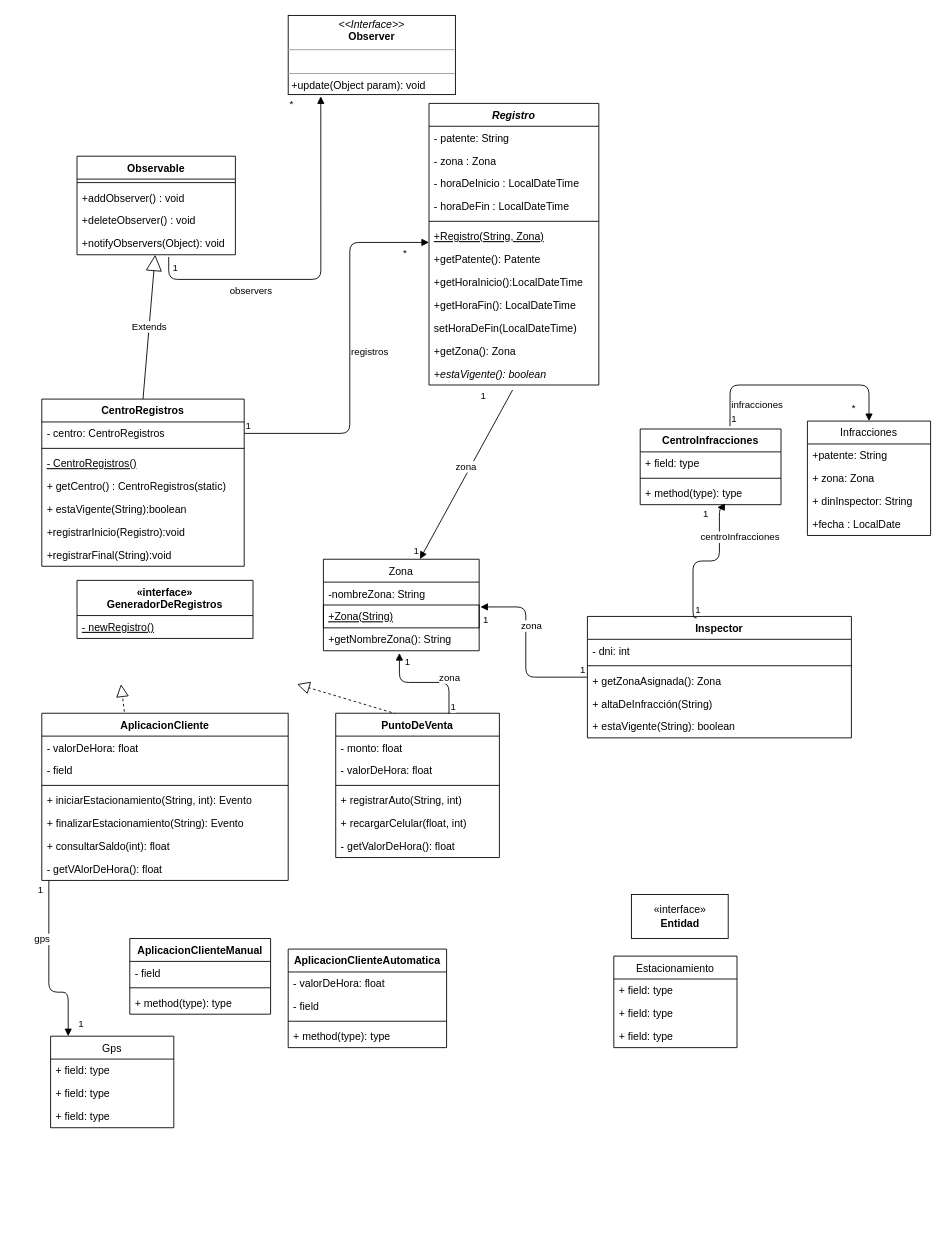
Above: Untitled Diagram.drawio in laautarolopez/grupo9-tpintegrador (draw.io), before the change. Source tidied: cells renumbered, new cells numbered last; positions are measured from the earlier drawing's top-left corner, leaving out a move shared by most shapes. Both pictures are drawn from the tidied source at 88%, with x=0, y=0 at pixel (24, 15).
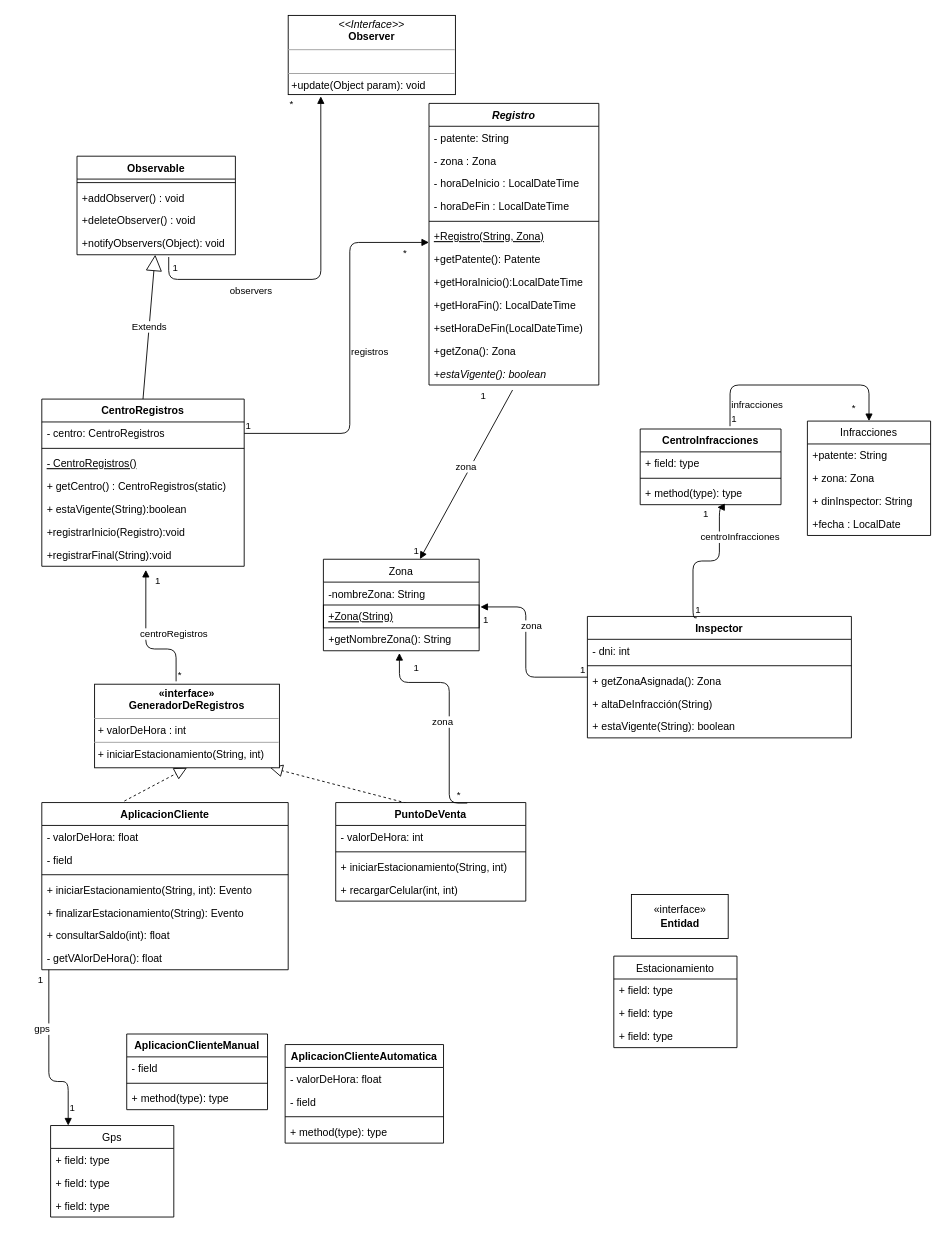
The same page after the edit.

Unchanged cells that the change refers to:
```xml
<mxCell id="12" value="- getVAlorDeHora(): float" style="text;strokeColor=none;fillColor=none;align=left;verticalAlign=top;spacingLeft=4;spacingRight=4;overflow=hidden;points=[[0,0.5],[1,0.5]];portConstraint=eastwest;" parent="5" vertex="1">
  <mxGeometry y="164" width="280" height="26" as="geometry" />
</mxCell>
<mxCell id="31" value="zona" style="endArrow=block;endFill=1;html=1;edgeStyle=orthogonalEdgeStyle;align=left;verticalAlign=top;exitX=0.692;exitY=0.005;exitDx=0;exitDy=0;exitPerimeter=0;entryX=0.488;entryY=1.099;entryDx=0;entryDy=0;entryPerimeter=0;" parent="1" edge="1" source="13" target="23">
  <mxGeometry x="-0.27" y="18" relative="1" as="geometry">
    <Array as="points">
      <mxPoint x="483" y="758" />
      <mxPoint x="426" y="758" />
    </Array>
    <mxPoint x="-3" y="-36" as="offset" />
  </mxGeometry>
</mxCell>
<mxCell id="56" value="+registrarFinal(String):void" style="text;strokeColor=none;fillColor=none;align=left;verticalAlign=top;spacingLeft=4;spacingRight=4;overflow=hidden;points=[[0,0.5],[1,0.5]];portConstraint=eastwest;" parent="49" vertex="1">
  <mxGeometry y="164" width="230" height="26" as="geometry" />
</mxCell>
<mxCell id="68" value="Registro" style="swimlane;fontStyle=3;align=center;verticalAlign=top;horizontal=1;startSize=26;" parent="1" vertex="1">
  <mxGeometry x="460" y="100" width="193" height="320" as="geometry" />
</mxCell>
```

The edit, as a diff of the source:
```diff
@@
-    <mxCell id="3" style="endArrow=block;dashed=1;endFill=0;endSize=12;html=1;exitX=0.372;exitY=0.005;exitDx=0;exitDy=0;exitPerimeter=0;" parent="1" edge="1" source="13">
-      <mxGeometry relative="1" as="geometry">
-        <mxPoint x="310" y="760" as="targetPoint" />
-      </mxGeometry>
+    <mxCell id="3" style="endArrow=block;dashed=1;endFill=0;endSize=12;html=1;exitX=0.372;exitY=0.005;exitDx=0;exitDy=0;exitPerimeter=0;entryX=0.949;entryY=0.997;entryDx=0;entryDy=0;entryPerimeter=0;" parent="1" edge="1" source="13" target="110">
+      <mxGeometry relative="1" as="geometry" />
     </mxCell>
-    <mxCell id="4" style="endArrow=block;dashed=1;endFill=0;endSize=12;html=1;exitX=0.335;exitY=-0.009;exitDx=0;exitDy=0;exitPerimeter=0;" parent="1" edge="1" source="5">
-      <mxGeometry relative="1" as="geometry">
-        <mxPoint x="110" y="760" as="targetPoint" />
-      </mxGeometry>
+    <mxCell id="4" style="endArrow=block;dashed=1;endFill=0;endSize=12;html=1;exitX=0.335;exitY=-0.009;exitDx=0;exitDy=0;exitPerimeter=0;entryX=0.5;entryY=1;entryDx=0;entryDy=0;" parent="1" edge="1" source="5" target="110">
+      <mxGeometry relative="1" as="geometry" />
     </mxCell>
     <mxCell id="5" value="AplicacionCliente" style="swimlane;fontStyle=1;align=center;verticalAlign=top;horizontal=1;startSize=26;" parent="1" vertex="1">
-      <mxGeometry x="20" y="793" width="280" height="190" as="geometry" />
+      <mxGeometry x="20" y="894.5" width="280" height="190" as="geometry" />
     </mxCell>
@@
     <mxCell id="13" value="PuntoDeVenta" style="swimlane;fontStyle=1;align=center;verticalAlign=top;horizontal=1;startSize=26;" parent="1" vertex="1">
-      <mxGeometry x="354" y="793" width="186" height="164" as="geometry" />
+      <mxGeometry x="354" y="894.5" width="216" height="112" as="geometry" />
     </mxCell>
-    <mxCell id="14" value="- monto: float" style="text;strokeColor=none;fillColor=none;align=left;verticalAlign=top;spacingLeft=4;spacingRight=4;overflow=hidden;" parent="13" vertex="1">
-      <mxGeometry y="26" width="186" height="26" as="geometry" />
-    </mxCell>
-    <mxCell id="15" value="- valorDeHora: float" style="text;strokeColor=none;fillColor=none;align=left;verticalAlign=top;spacingLeft=4;spacingRight=4;overflow=hidden;" parent="13" vertex="1">
-      <mxGeometry y="52" width="186" height="26" as="geometry" />
+    <mxCell id="15" value="- valorDeHora: int" style="text;strokeColor=none;fillColor=none;align=left;verticalAlign=top;spacingLeft=4;spacingRight=4;overflow=hidden;" parent="13" vertex="1">
+      <mxGeometry y="26" width="216" height="26" as="geometry" />
     </mxCell>
     <mxCell id="16" style="line;strokeWidth=1;fillColor=none;align=left;verticalAlign=middle;spacingTop=-1;spacingLeft=3;spacingRight=3;labelPosition=right;" parent="13" vertex="1">
-      <mxGeometry y="78" width="186" height="8" as="geometry" />
+      <mxGeometry y="52" width="216" height="8" as="geometry" />
     </mxCell>
-    <mxCell id="17" value="+ registrarAuto(String, int)" style="text;strokeColor=none;fillColor=none;align=left;verticalAlign=top;spacingLeft=4;spacingRight=4;overflow=hidden;" parent="13" vertex="1">
-      <mxGeometry y="86" width="186" height="26" as="geometry" />
+    <mxCell id="17" value="+ iniciarEstacionamiento(String, int)" style="text;strokeColor=none;fillColor=none;align=left;verticalAlign=top;spacingLeft=4;spacingRight=4;overflow=hidden;" parent="13" vertex="1">
+      <mxGeometry y="60" width="216" height="26" as="geometry" />
     </mxCell>
-    <mxCell id="18" value="+ recargarCelular(float, int)" style="text;strokeColor=none;fillColor=none;align=left;verticalAlign=top;spacingLeft=4;spacingRight=4;overflow=hidden;" parent="13" vertex="1">
-      <mxGeometry y="112" width="186" height="26" as="geometry" />
+    <mxCell id="18" value="+ recargarCelular(int, int)" style="text;strokeColor=none;fillColor=none;align=left;verticalAlign=top;spacingLeft=4;spacingRight=4;overflow=hidden;" parent="13" vertex="1">
+      <mxGeometry y="86" width="216" height="26" as="geometry" />
     </mxCell>
-    <mxCell id="19" value="- getValorDeHora(): float" style="text;strokeColor=none;fillColor=none;align=left;verticalAlign=top;spacingLeft=4;spacingRight=4;overflow=hidden;" parent="13" vertex="1">
-      <mxGeometry y="138" width="186" height="26" as="geometry" />
-    </mxCell>
@@
     <mxCell id="24" value="Gps" style="swimlane;fontStyle=0;horizontal=1;startSize=26;fillColor=none;" parent="1" vertex="1">
-      <mxGeometry x="30" y="1160" width="140" height="104" as="geometry" />
+      <mxGeometry x="30" y="1261.5" width="140" height="104" as="geometry" />
     </mxCell>
@@
     <mxCell id="28" value="gps" style="endArrow=block;endFill=1;html=1;edgeStyle=orthogonalEdgeStyle;align=left;verticalAlign=top;" parent="1" edge="1" source="12" target="24">
       <mxGeometry x="-0.46" y="-18" relative="1" as="geometry">
         <Array as="points">
-          <mxPoint x="28" y="1110" />
-          <mxPoint x="50" y="1110" />
+          <mxPoint x="28" y="1211.5" />
+          <mxPoint x="50" y="1211.5" />
         </Array>
       </mxGeometry>
     </mxCell>
@@
     <mxCell id="30" value="1" style="edgeLabel;html=1;align=left;verticalAlign=bottom;" parent="1" vertex="1">
-      <mxGeometry y="1130" as="geometry">
+      <mxGeometry x="-10" y="1225.5" as="geometry">
         <mxPoint x="60" y="24" as="offset" />
       </mxGeometry>
     </mxCell>
@@
-    <mxCell id="32" value="1" style="edgeLabel;html=1;align=left;verticalAlign=bottom;" parent="31" vertex="1">
-      <mxGeometry x="-1" relative="1" as="geometry" />
+    <mxCell id="32" value="*" style="edgeLabel;html=1;align=left;verticalAlign=bottom;" parent="31" vertex="1">
+      <mxGeometry x="-1" relative="1" as="geometry">
+        <mxPoint x="-13.5" y="-0.6" as="offset" />
+      </mxGeometry>
     </mxCell>
     <mxCell id="33" value="1" style="edgeLabel;html=1;align=left;verticalAlign=bottom;" parent="1" vertex="1">
-      <mxGeometry x="340" y="793" as="geometry">
+      <mxGeometry x="350" y="800" as="geometry">
         <mxPoint x="91" y="-50" as="offset" />
       </mxGeometry>
     </mxCell>
@@
     <mxCell id="57" value="AplicacionClienteManual" style="swimlane;fontStyle=1;align=center;verticalAlign=top;horizontal=1;startSize=26;" parent="1" vertex="1">
-      <mxGeometry x="120" y="1049" width="160" height="86" as="geometry" />
+      <mxGeometry x="116.5" y="1157.5" width="160" height="86" as="geometry" />
     </mxCell>
@@
     <mxCell id="61" value="AplicacionClienteAutomatica" style="swimlane;fontStyle=1;align=center;verticalAlign=top;horizontal=1;startSize=26;" parent="1" vertex="1">
-      <mxGeometry x="300" y="1061" width="180" height="112" as="geometry" />
+      <mxGeometry x="296.5" y="1169.5" width="180" height="112" as="geometry" />
     </mxCell>
@@
-    <mxCell id="66" value="«interface»&#10;GeneradorDeRegistros" style="swimlane;fontStyle=1;align=center;verticalAlign=top;horizontal=1;startSize=40;rounded=0;shadow=0;glass=0;sketch=0;fillColor=#ffffff;swimlaneLine=1;" parent="1" vertex="1">
-      <mxGeometry x="60" y="642" width="200" height="66" as="geometry" />
-    </mxCell>
-    <mxCell id="67" value="- newRegistro()" style="text;strokeColor=none;fillColor=none;align=left;verticalAlign=top;spacingLeft=4;spacingRight=4;overflow=hidden;fontStyle=4;" parent="66" vertex="1">
-      <mxGeometry y="40" width="200" height="26" as="geometry" />
-    </mxCell>
@@
-    <mxCell id="78" value="setHoraDeFin(LocalDateTime)" style="text;strokeColor=none;fillColor=none;align=left;verticalAlign=top;spacingLeft=4;spacingRight=4;overflow=hidden;fontStyle=0;" parent="68" vertex="1">
+    <mxCell id="78" value="+setHoraDeFin(LocalDateTime)" style="text;strokeColor=none;fillColor=none;align=left;verticalAlign=top;spacingLeft=4;spacingRight=4;overflow=hidden;fontStyle=0;" parent="68" vertex="1">
       <mxGeometry y="242" width="193" height="26" as="geometry" />
     </mxCell>
@@
-    <mxCell id="83" value="&lt;p style=&quot;margin: 0px ; margin-top: 4px ; text-align: center&quot;&gt;&lt;i&gt;&amp;lt;&amp;lt;Interface&amp;gt;&amp;gt;&lt;/i&gt;&lt;br&gt;&lt;b&gt;Observer&lt;/b&gt;&lt;/p&gt;&lt;hr size=&quot;1&quot;&gt;&lt;p style=&quot;margin: 0px ; margin-left: 4px&quot;&gt;&lt;br&gt;&lt;/p&gt;&lt;hr size=&quot;1&quot;&gt;&lt;p style=&quot;margin: 0px ; margin-left: 4px&quot;&gt;+update(Object param): void&lt;br&gt;&lt;br&gt;&lt;/p&gt;" style="verticalAlign=top;align=left;overflow=fill;fontSize=12;fontFamily=Helvetica;html=1;" parent="1" vertex="1">
+    <mxCell id="83" value="&lt;p style=&quot;margin: 0px ; margin-top: 4px ; text-align: center&quot;&gt;&lt;i&gt;&amp;lt;&amp;lt;Interface&amp;gt;&amp;gt;&lt;/i&gt;&lt;br&gt;&lt;b&gt;Observer&lt;/b&gt;&lt;/p&gt;&lt;hr size=&quot;1&quot;&gt;&lt;p style=&quot;margin: 0px ; margin-left: 4px&quot;&gt;&lt;br&gt;&lt;/p&gt;&lt;hr size=&quot;1&quot;&gt;&lt;p style=&quot;margin: 0px ; margin-left: 4px&quot;&gt;+update(Object param): void&lt;br&gt;&lt;br&gt;&lt;/p&gt;" style="verticalAlign=top;align=left;overflow=fill;fontSize=12;fontFamily=Helvetica;html=1;fillColor=none;" parent="1" vertex="1">
       <mxGeometry x="300" width="190" height="90" as="geometry" />
     </mxCell>
@@
+    <mxCell id="110" value="&lt;p style=&quot;margin: 0px ; margin-top: 4px ; text-align: center&quot;&gt;&lt;span style=&quot;font-weight: 700&quot;&gt;«interface»&lt;/span&gt;&lt;br style=&quot;padding: 0px ; margin: 0px ; font-weight: 700&quot;&gt;&lt;span style=&quot;font-weight: 700&quot;&gt;GeneradorDeRegistros&lt;/span&gt;&lt;br&gt;&lt;/p&gt;&lt;hr size=&quot;1&quot;&gt;&lt;p style=&quot;margin: 0px ; margin-left: 4px&quot;&gt;+ valorDeHora : int&lt;br&gt;&lt;/p&gt;&lt;hr size=&quot;1&quot;&gt;&lt;p style=&quot;margin: 0px ; margin-left: 4px&quot;&gt;+ iniciarEstacionamiento(String, int)&lt;br&gt;&lt;br&gt;&lt;/p&gt;" style="verticalAlign=top;align=left;overflow=fill;fontSize=12;fontFamily=Helvetica;html=1;" parent="1" vertex="1">
+      <mxGeometry x="80" y="760" width="210" height="95" as="geometry" />
+    </mxCell>
+    <mxCell id="111" value="centroRegistros" style="endArrow=block;endFill=1;html=1;edgeStyle=orthogonalEdgeStyle;align=left;verticalAlign=top;exitX=0.441;exitY=-0.034;exitDx=0;exitDy=0;exitPerimeter=0;entryX=0.514;entryY=1.159;entryDx=0;entryDy=0;entryPerimeter=0;" parent="1" edge="1" source="110" target="56">
+      <mxGeometry x="0.26" y="8" relative="1" as="geometry">
+        <Array as="points">
+          <mxPoint x="173" y="720" />
+          <mxPoint x="138" y="720" />
+        </Array>
+      </mxGeometry>
+    </mxCell>
+    <mxCell id="112" value="*" style="edgeLabel;html=1;align=left;verticalAlign=bottom;" parent="111" vertex="1">
+      <mxGeometry x="-1" relative="1" as="geometry" />
+    </mxCell>
+    <mxCell id="113" value="1" style="edgeLabel;html=1;align=left;verticalAlign=bottom;" parent="1" vertex="1">
+      <mxGeometry x="182.6" y="766.8" as="geometry">
+        <mxPoint x="-36" y="-116" as="offset" />
+      </mxGeometry>
+    </mxCell>
```
